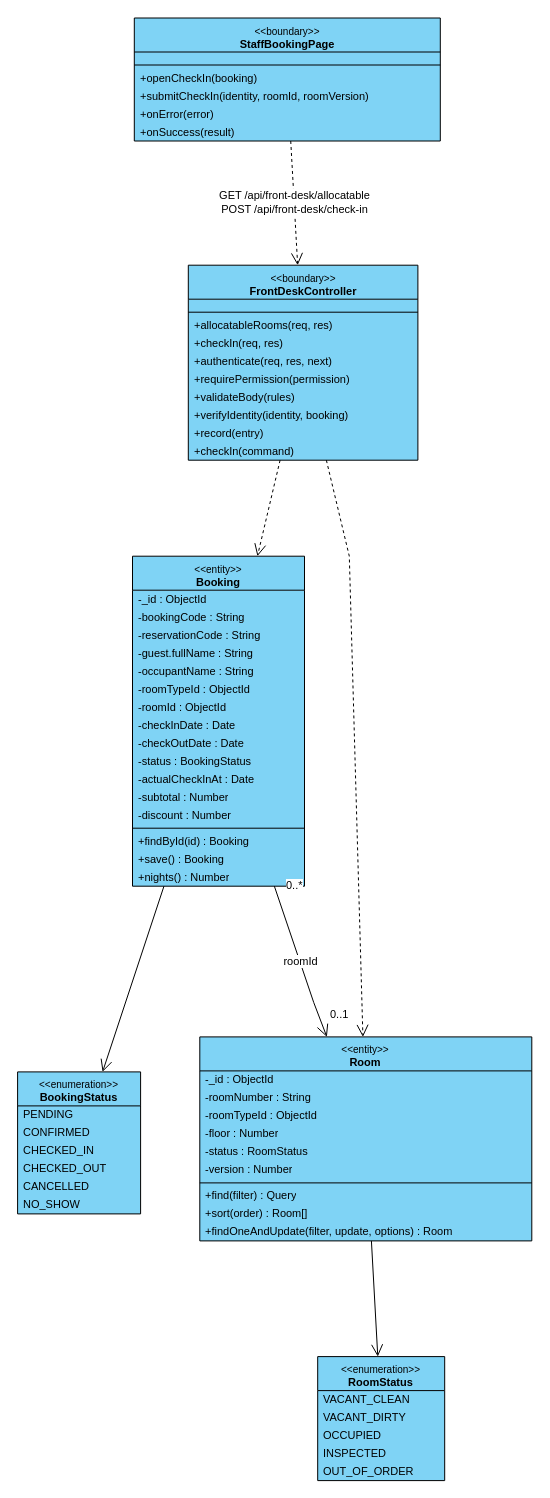
Earlier version of the draw.io diagram final/diagrams/M5_Front-Desk-And-HR_Diagrams/class_diagrams/CD-17_UC-R06_CheckInGuest.drawio (toikobi401/SWD392). Source tidied: cells renumbered, new cells numbered last; positions are measured from the earlier drawing's top-left corner, leaving out a move shared by most shapes. Both pictures are drawn from the tidied source at 100%, with x=0, y=0 at pixel (17, 17).
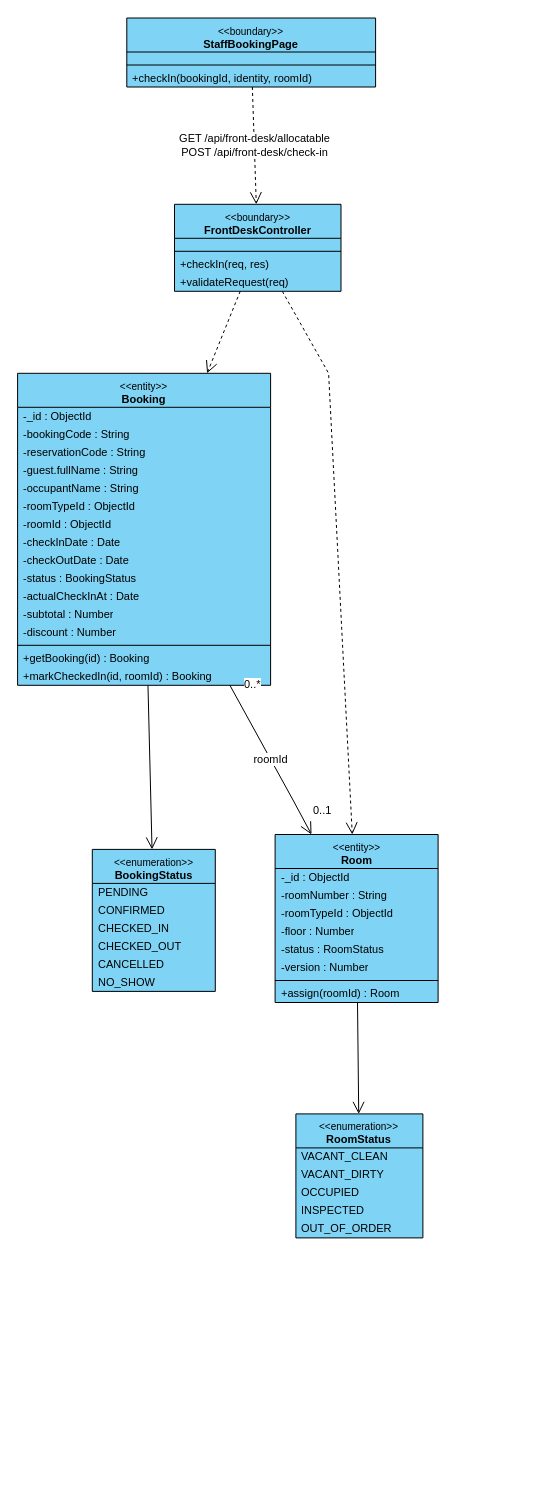
The same page after the edit.

Change to the diagram source:
```diff
@@
     <mxCell id="2" value="&lt;font style=&quot;font-size:10px&quot;&gt;&amp;lt;&amp;lt;boundary&amp;gt;&amp;gt;&lt;/font&gt;&lt;br&gt;&lt;b&gt;StaffBookingPage&lt;/b&gt;" style="swimlane;fontStyle=0;align=center;verticalAlign=top;horizontal=1;startSize=34;html=1;whiteSpace=wrap;fontSize=11;fillColor=#7fd3f5;swimlaneFillColor=#7fd3f5;strokeColor=#000000;" parent="1" vertex="1">
-      <mxGeometry x="116.8" y="0.5" width="306" height="123" as="geometry" />
+      <mxGeometry x="109.3" y="0.5" width="248.8" height="69" as="geometry" />
     </mxCell>
     <mxCell id="3" style="text;strokeColor=none;fillColor=none;html=1;" parent="2" vertex="1">
-      <mxGeometry y="34" width="306" height="9" as="geometry" />
+      <mxGeometry y="34" width="248.8" height="9" as="geometry" />
     </mxCell>
     <mxCell id="4" style="line;strokeWidth=1;fillColor=none;align=left;verticalAlign=middle;spacingTop=-1;spacingLeft=3;spacingRight=3;labelPosition=right;strokeColor=#000000;" parent="2" vertex="1">
-      <mxGeometry y="43" width="306" height="8" as="geometry" />
+      <mxGeometry y="43" width="248.8" height="8" as="geometry" />
     </mxCell>
-    <mxCell id="5" value="+openCheckIn(booking)" style="text;strokeColor=none;fillColor=none;align=left;verticalAlign=middle;spacingLeft=4;spacingRight=4;overflow=hidden;whiteSpace=nowrap;html=1;fontSize=11;" parent="2" vertex="1">
-      <mxGeometry y="51" width="306" height="18" as="geometry" />
+    <mxCell id="5" value="+checkIn(bookingId, identity, roomId)" style="text;strokeColor=none;fillColor=none;align=left;verticalAlign=middle;spacingLeft=4;spacingRight=4;overflow=hidden;whiteSpace=nowrap;html=1;fontSize=11;" parent="2" vertex="1">
+      <mxGeometry y="51" width="248.8" height="18" as="geometry" />
     </mxCell>
-    <mxCell id="6" value="+submitCheckIn(identity, roomId, roomVersion)" style="text;strokeColor=none;fillColor=none;align=left;verticalAlign=middle;spacingLeft=4;spacingRight=4;overflow=hidden;whiteSpace=nowrap;html=1;fontSize=11;" parent="2" vertex="1">
-      <mxGeometry y="69" width="306" height="18" as="geometry" />
-    </mxCell>
-    <mxCell id="7" value="+onError(error)" style="text;strokeColor=none;fillColor=none;align=left;verticalAlign=middle;spacingLeft=4;spacingRight=4;overflow=hidden;whiteSpace=nowrap;html=1;fontSize=11;" parent="2" vertex="1">
-      <mxGeometry y="87" width="306" height="18" as="geometry" />
-    </mxCell>
-    <mxCell id="8" value="+onSuccess(result)" style="text;strokeColor=none;fillColor=none;align=left;verticalAlign=middle;spacingLeft=4;spacingRight=4;overflow=hidden;whiteSpace=nowrap;html=1;fontSize=11;" parent="2" vertex="1">
-      <mxGeometry y="105" width="306" height="18" as="geometry" />
-    </mxCell>
     <mxCell id="9" value="&lt;font style=&quot;font-size:10px&quot;&gt;&amp;lt;&amp;lt;boundary&amp;gt;&amp;gt;&lt;/font&gt;&lt;br&gt;&lt;b&gt;FrontDeskController&lt;/b&gt;" style="swimlane;fontStyle=0;align=center;verticalAlign=top;horizontal=1;startSize=34;html=1;whiteSpace=wrap;fontSize=11;fillColor=#7fd3f5;swimlaneFillColor=#7fd3f5;strokeColor=#000000;" parent="1" vertex="1">
-      <mxGeometry x="170.8" y="247.7" width="229.6" height="195" as="geometry" />
+      <mxGeometry x="157" y="186.8" width="166.5" height="87" as="geometry" />
     </mxCell>
     <mxCell id="10" style="text;strokeColor=none;fillColor=none;html=1;" parent="9" vertex="1">
-      <mxGeometry y="34" width="229.6" height="9" as="geometry" />
+      <mxGeometry y="34" width="166.5" height="9" as="geometry" />
     </mxCell>
     <mxCell id="11" style="line;strokeWidth=1;fillColor=none;align=left;verticalAlign=middle;spacingTop=-1;spacingLeft=3;spacingRight=3;labelPosition=right;strokeColor=#000000;" parent="9" vertex="1">
-      <mxGeometry y="43" width="229.6" height="8" as="geometry" />
+      <mxGeometry y="43" width="166.5" height="8" as="geometry" />
     </mxCell>
-    <mxCell id="12" value="+allocatableRooms(req, res)" style="text;strokeColor=none;fillColor=none;align=left;verticalAlign=middle;spacingLeft=4;spacingRight=4;overflow=hidden;whiteSpace=nowrap;html=1;fontSize=11;" parent="9" vertex="1">
-      <mxGeometry y="51" width="229.6" height="18" as="geometry" />
+    <mxCell id="12" value="+checkIn(req, res)" style="text;strokeColor=none;fillColor=none;align=left;verticalAlign=middle;spacingLeft=4;spacingRight=4;overflow=hidden;whiteSpace=nowrap;html=1;fontSize=11;" parent="9" vertex="1">
+      <mxGeometry y="51" width="166.5" height="18" as="geometry" />
     </mxCell>
-    <mxCell id="13" value="+checkIn(req, res)" style="text;strokeColor=none;fillColor=none;align=left;verticalAlign=middle;spacingLeft=4;spacingRight=4;overflow=hidden;whiteSpace=nowrap;html=1;fontSize=11;" parent="9" vertex="1">
-      <mxGeometry y="69" width="229.6" height="18" as="geometry" />
+    <mxCell id="13" value="+validateRequest(req)" style="text;strokeColor=none;fillColor=none;align=left;verticalAlign=middle;spacingLeft=4;spacingRight=4;overflow=hidden;whiteSpace=nowrap;html=1;fontSize=11;" parent="9" vertex="1">
+      <mxGeometry y="69" width="166.5" height="18" as="geometry" />
     </mxCell>
-    <mxCell id="14" value="+authenticate(req, res, next)" style="text;strokeColor=none;fillColor=none;align=left;verticalAlign=middle;spacingLeft=4;spacingRight=4;overflow=hidden;whiteSpace=nowrap;html=1;fontSize=11;" parent="9" vertex="1">
-      <mxGeometry y="87" width="229.6" height="18" as="geometry" />
-    </mxCell>
-    <mxCell id="15" value="+requirePermission(permission)" style="text;strokeColor=none;fillColor=none;align=left;verticalAlign=middle;spacingLeft=4;spacingRight=4;overflow=hidden;whiteSpace=nowrap;html=1;fontSize=11;" parent="9" vertex="1">
-      <mxGeometry y="105" width="229.6" height="18" as="geometry" />
-    </mxCell>
-    <mxCell id="16" value="+validateBody(rules)" style="text;strokeColor=none;fillColor=none;align=left;verticalAlign=middle;spacingLeft=4;spacingRight=4;overflow=hidden;whiteSpace=nowrap;html=1;fontSize=11;" parent="9" vertex="1">
-      <mxGeometry y="123" width="229.6" height="18" as="geometry" />
-    </mxCell>
-    <mxCell id="17" value="+verifyIdentity(identity, booking)" style="text;strokeColor=none;fillColor=none;align=left;verticalAlign=middle;spacingLeft=4;spacingRight=4;overflow=hidden;whiteSpace=nowrap;html=1;fontSize=11;" parent="9" vertex="1">
-      <mxGeometry y="141" width="229.6" height="18" as="geometry" />
-    </mxCell>
-    <mxCell id="18" value="+record(entry)" style="text;strokeColor=none;fillColor=none;align=left;verticalAlign=middle;spacingLeft=4;spacingRight=4;overflow=hidden;whiteSpace=nowrap;html=1;fontSize=11;" parent="9" vertex="1">
-      <mxGeometry y="159" width="229.6" height="18" as="geometry" />
-    </mxCell>
-    <mxCell id="19" value="+checkIn(command)" style="text;strokeColor=none;fillColor=none;align=left;verticalAlign=middle;spacingLeft=4;spacingRight=4;overflow=hidden;whiteSpace=nowrap;html=1;fontSize=11;" parent="9" vertex="1">
-      <mxGeometry y="177" width="229.6" height="18" as="geometry" />
-    </mxCell>
     <mxCell id="20" value="&lt;font style=&quot;font-size:10px&quot;&gt;&amp;lt;&amp;lt;entity&amp;gt;&amp;gt;&lt;/font&gt;&lt;br&gt;&lt;b&gt;Booking&lt;/b&gt;" style="swimlane;fontStyle=0;align=center;verticalAlign=top;horizontal=1;startSize=34;html=1;whiteSpace=wrap;fontSize=11;fillColor=#7fd3f5;swimlaneFillColor=#7fd3f5;strokeColor=#000000;" parent="1" vertex="1">
-      <mxGeometry x="115" y="538.7" width="172" height="330" as="geometry" />
+      <mxGeometry x="0.1" y="355.8" width="253" height="312" as="geometry" />
     </mxCell>
     <mxCell id="21" value="-_id : ObjectId" style="text;strokeColor=none;fillColor=none;align=left;verticalAlign=middle;spacingLeft=4;spacingRight=4;overflow=hidden;whiteSpace=nowrap;html=1;fontSize=11;" parent="20" vertex="1">
-      <mxGeometry y="34" width="172" height="18" as="geometry" />
+      <mxGeometry y="34" width="253" height="18" as="geometry" />
     </mxCell>
     <mxCell id="22" value="-bookingCode : String" style="text;strokeColor=none;fillColor=none;align=left;verticalAlign=middle;spacingLeft=4;spacingRight=4;overflow=hidden;whiteSpace=nowrap;html=1;fontSize=11;" parent="20" vertex="1">
-      <mxGeometry y="52" width="172" height="18" as="geometry" />
+      <mxGeometry y="52" width="253" height="18" as="geometry" />
     </mxCell>
     <mxCell id="23" value="-reservationCode : String" style="text;strokeColor=none;fillColor=none;align=left;verticalAlign=middle;spacingLeft=4;spacingRight=4;overflow=hidden;whiteSpace=nowrap;html=1;fontSize=11;" parent="20" vertex="1">
-      <mxGeometry y="70" width="172" height="18" as="geometry" />
+      <mxGeometry y="70" width="253" height="18" as="geometry" />
     </mxCell>
     <mxCell id="24" value="-guest.fullName : String" style="text;strokeColor=none;fillColor=none;align=left;verticalAlign=middle;spacingLeft=4;spacingRight=4;overflow=hidden;whiteSpace=nowrap;html=1;fontSize=11;" parent="20" vertex="1">
-      <mxGeometry y="88" width="172" height="18" as="geometry" />
+      <mxGeometry y="88" width="253" height="18" as="geometry" />
     </mxCell>
     <mxCell id="25" value="-occupantName : String" style="text;strokeColor=none;fillColor=none;align=left;verticalAlign=middle;spacingLeft=4;spacingRight=4;overflow=hidden;whiteSpace=nowrap;html=1;fontSize=11;" parent="20" vertex="1">
-      <mxGeometry y="106" width="172" height="18" as="geometry" />
+      <mxGeometry y="106" width="253" height="18" as="geometry" />
     </mxCell>
     <mxCell id="26" value="-roomTypeId : ObjectId" style="text;strokeColor=none;fillColor=none;align=left;verticalAlign=middle;spacingLeft=4;spacingRight=4;overflow=hidden;whiteSpace=nowrap;html=1;fontSize=11;" parent="20" vertex="1">
-      <mxGeometry y="124" width="172" height="18" as="geometry" />
+      <mxGeometry y="124" width="253" height="18" as="geometry" />
     </mxCell>
     <mxCell id="27" value="-roomId : ObjectId" style="text;strokeColor=none;fillColor=none;align=left;verticalAlign=middle;spacingLeft=4;spacingRight=4;overflow=hidden;whiteSpace=nowrap;html=1;fontSize=11;" parent="20" vertex="1">
-      <mxGeometry y="142" width="172" height="18" as="geometry" />
+      <mxGeometry y="142" width="253" height="18" as="geometry" />
     </mxCell>
     <mxCell id="28" value="-checkInDate : Date" style="text;strokeColor=none;fillColor=none;align=left;verticalAlign=middle;spacingLeft=4;spacingRight=4;overflow=hidden;whiteSpace=nowrap;html=1;fontSize=11;" parent="20" vertex="1">
-      <mxGeometry y="160" width="172" height="18" as="geometry" />
+      <mxGeometry y="160" width="253" height="18" as="geometry" />
     </mxCell>
     <mxCell id="29" value="-checkOutDate : Date" style="text;strokeColor=none;fillColor=none;align=left;verticalAlign=middle;spacingLeft=4;spacingRight=4;overflow=hidden;whiteSpace=nowrap;html=1;fontSize=11;" parent="20" vertex="1">
-      <mxGeometry y="178" width="172" height="18" as="geometry" />
+      <mxGeometry y="178" width="253" height="18" as="geometry" />
     </mxCell>
     <mxCell id="30" value="-status : BookingStatus" style="text;strokeColor=none;fillColor=none;align=left;verticalAlign=middle;spacingLeft=4;spacingRight=4;overflow=hidden;whiteSpace=nowrap;html=1;fontSize=11;" parent="20" vertex="1">
-      <mxGeometry y="196" width="172" height="18" as="geometry" />
+      <mxGeometry y="196" width="253" height="18" as="geometry" />
     </mxCell>
     <mxCell id="31" value="-actualCheckInAt : Date" style="text;strokeColor=none;fillColor=none;align=left;verticalAlign=middle;spacingLeft=4;spacingRight=4;overflow=hidden;whiteSpace=nowrap;html=1;fontSize=11;" parent="20" vertex="1">
-      <mxGeometry y="214" width="172" height="18" as="geometry" />
+      <mxGeometry y="214" width="253" height="18" as="geometry" />
     </mxCell>
     <mxCell id="32" value="-subtotal : Number" style="text;strokeColor=none;fillColor=none;align=left;verticalAlign=middle;spacingLeft=4;spacingRight=4;overflow=hidden;whiteSpace=nowrap;html=1;fontSize=11;" parent="20" vertex="1">
-      <mxGeometry y="232" width="172" height="18" as="geometry" />
+      <mxGeometry y="232" width="253" height="18" as="geometry" />
     </mxCell>
     <mxCell id="33" value="-discount : Number" style="text;strokeColor=none;fillColor=none;align=left;verticalAlign=middle;spacingLeft=4;spacingRight=4;overflow=hidden;whiteSpace=nowrap;html=1;fontSize=11;" parent="20" vertex="1">
-      <mxGeometry y="250" width="172" height="18" as="geometry" />
+      <mxGeometry y="250" width="253" height="18" as="geometry" />
     </mxCell>
     <mxCell id="34" style="line;strokeWidth=1;fillColor=none;align=left;verticalAlign=middle;spacingTop=-1;spacingLeft=3;spacingRight=3;labelPosition=right;strokeColor=#000000;" parent="20" vertex="1">
-      <mxGeometry y="268" width="172" height="8" as="geometry" />
+      <mxGeometry y="268" width="253" height="8" as="geometry" />
     </mxCell>
-    <mxCell id="35" value="+findById(id) : Booking" style="text;strokeColor=none;fillColor=none;align=left;verticalAlign=middle;spacingLeft=4;spacingRight=4;overflow=hidden;whiteSpace=nowrap;html=1;fontSize=11;" parent="20" vertex="1">
-      <mxGeometry y="276" width="172" height="18" as="geometry" />
+    <mxCell id="35" value="+getBooking(id) : Booking" style="text;strokeColor=none;fillColor=none;align=left;verticalAlign=middle;spacingLeft=4;spacingRight=4;overflow=hidden;whiteSpace=nowrap;html=1;fontSize=11;" parent="20" vertex="1">
+      <mxGeometry y="276" width="253" height="18" as="geometry" />
     </mxCell>
-    <mxCell id="36" value="+save() : Booking" style="text;strokeColor=none;fillColor=none;align=left;verticalAlign=middle;spacingLeft=4;spacingRight=4;overflow=hidden;whiteSpace=nowrap;html=1;fontSize=11;" parent="20" vertex="1">
-      <mxGeometry y="294" width="172" height="18" as="geometry" />
+    <mxCell id="36" value="+markCheckedIn(id, roomId) : Booking" style="text;strokeColor=none;fillColor=none;align=left;verticalAlign=middle;spacingLeft=4;spacingRight=4;overflow=hidden;whiteSpace=nowrap;html=1;fontSize=11;" parent="20" vertex="1">
+      <mxGeometry y="294" width="253" height="18" as="geometry" />
     </mxCell>
-    <mxCell id="37" value="+nights() : Number" style="text;strokeColor=none;fillColor=none;align=left;verticalAlign=middle;spacingLeft=4;spacingRight=4;overflow=hidden;whiteSpace=nowrap;html=1;fontSize=11;" parent="20" vertex="1">
-      <mxGeometry y="312" width="172" height="18" as="geometry" />
-    </mxCell>
     <mxCell id="38" value="&lt;font style=&quot;font-size:10px&quot;&gt;&amp;lt;&amp;lt;entity&amp;gt;&amp;gt;&lt;/font&gt;&lt;br&gt;&lt;b&gt;Room&lt;/b&gt;" style="swimlane;fontStyle=0;align=center;verticalAlign=top;horizontal=1;startSize=34;html=1;whiteSpace=wrap;fontSize=11;fillColor=#7fd3f5;swimlaneFillColor=#7fd3f5;strokeColor=#000000;" parent="1" vertex="1">
-      <mxGeometry x="182.3" y="1019.4" width="332" height="204" as="geometry" />
+      <mxGeometry x="257.6" y="817" width="163" height="168" as="geometry" />
     </mxCell>
     <mxCell id="39" value="-_id : ObjectId" style="text;strokeColor=none;fillColor=none;align=left;verticalAlign=middle;spacingLeft=4;spacingRight=4;overflow=hidden;whiteSpace=nowrap;html=1;fontSize=11;" parent="38" vertex="1">
-      <mxGeometry y="34" width="332" height="18" as="geometry" />
+      <mxGeometry y="34" width="163" height="18" as="geometry" />
     </mxCell>
     <mxCell id="40" value="-roomNumber : String" style="text;strokeColor=none;fillColor=none;align=left;verticalAlign=middle;spacingLeft=4;spacingRight=4;overflow=hidden;whiteSpace=nowrap;html=1;fontSize=11;" parent="38" vertex="1">
-      <mxGeometry y="52" width="332" height="18" as="geometry" />
+      <mxGeometry y="52" width="163" height="18" as="geometry" />
     </mxCell>
     <mxCell id="41" value="-roomTypeId : ObjectId" style="text;strokeColor=none;fillColor=none;align=left;verticalAlign=middle;spacingLeft=4;spacingRight=4;overflow=hidden;whiteSpace=nowrap;html=1;fontSize=11;" parent="38" vertex="1">
-      <mxGeometry y="70" width="332" height="18" as="geometry" />
+      <mxGeometry y="70" width="163" height="18" as="geometry" />
     </mxCell>
     <mxCell id="42" value="-floor : Number" style="text;strokeColor=none;fillColor=none;align=left;verticalAlign=middle;spacingLeft=4;spacingRight=4;overflow=hidden;whiteSpace=nowrap;html=1;fontSize=11;" parent="38" vertex="1">
-      <mxGeometry y="88" width="332" height="18" as="geometry" />
+      <mxGeometry y="88" width="163" height="18" as="geometry" />
     </mxCell>
     <mxCell id="43" value="-status : RoomStatus" style="text;strokeColor=none;fillColor=none;align=left;verticalAlign=middle;spacingLeft=4;spacingRight=4;overflow=hidden;whiteSpace=nowrap;html=1;fontSize=11;" parent="38" vertex="1">
-      <mxGeometry y="106" width="332" height="18" as="geometry" />
+      <mxGeometry y="106" width="163" height="18" as="geometry" />
     </mxCell>
     <mxCell id="44" value="-version : Number" style="text;strokeColor=none;fillColor=none;align=left;verticalAlign=middle;spacingLeft=4;spacingRight=4;overflow=hidden;whiteSpace=nowrap;html=1;fontSize=11;" parent="38" vertex="1">
-      <mxGeometry y="124" width="332" height="18" as="geometry" />
+      <mxGeometry y="124" width="163" height="18" as="geometry" />
     </mxCell>
     <mxCell id="45" style="line;strokeWidth=1;fillColor=none;align=left;verticalAlign=middle;spacingTop=-1;spacingLeft=3;spacingRight=3;labelPosition=right;strokeColor=#000000;" parent="38" vertex="1">
-      <mxGeometry y="142" width="332" height="8" as="geometry" />
+      <mxGeometry y="142" width="163" height="8" as="geometry" />
     </mxCell>
-    <mxCell id="46" value="+find(filter) : Query" style="text;strokeColor=none;fillColor=none;align=left;verticalAlign=middle;spacingLeft=4;spacingRight=4;overflow=hidden;whiteSpace=nowrap;html=1;fontSize=11;" parent="38" vertex="1">
-      <mxGeometry y="150" width="332" height="18" as="geometry" />
+    <mxCell id="46" value="+assign(roomId) : Room" style="text;strokeColor=none;fillColor=none;align=left;verticalAlign=middle;spacingLeft=4;spacingRight=4;overflow=hidden;whiteSpace=nowrap;html=1;fontSize=11;" parent="38" vertex="1">
+      <mxGeometry y="150" width="163" height="18" as="geometry" />
     </mxCell>
-    <mxCell id="47" value="+sort(order) : Room[]" style="text;strokeColor=none;fillColor=none;align=left;verticalAlign=middle;spacingLeft=4;spacingRight=4;overflow=hidden;whiteSpace=nowrap;html=1;fontSize=11;" parent="38" vertex="1">
-      <mxGeometry y="168" width="332" height="18" as="geometry" />
-    </mxCell>
-    <mxCell id="48" value="+findOneAndUpdate(filter, update, options) : Room" style="text;strokeColor=none;fillColor=none;align=left;verticalAlign=middle;spacingLeft=4;spacingRight=4;overflow=hidden;whiteSpace=nowrap;html=1;fontSize=11;" parent="38" vertex="1">
-      <mxGeometry y="186" width="332" height="18" as="geometry" />
-    </mxCell>
     <mxCell id="49" value="&lt;font style=&quot;font-size:10px&quot;&gt;&amp;lt;&amp;lt;enumeration&amp;gt;&amp;gt;&lt;/font&gt;&lt;br&gt;&lt;b&gt;BookingStatus&lt;/b&gt;" style="swimlane;fontStyle=0;align=center;verticalAlign=top;horizontal=1;startSize=34;html=1;whiteSpace=wrap;fontSize=11;fillColor=#7fd3f5;swimlaneFillColor=#7fd3f5;strokeColor=#000000;" parent="1" vertex="1">
-      <mxGeometry x="0.1" y="1054.4" width="123" height="142" as="geometry" />
+      <mxGeometry x="74.8" y="831.9" width="123" height="142" as="geometry" />
     </mxCell>
@@
     <mxCell id="56" value="&lt;font style=&quot;font-size:10px&quot;&gt;&amp;lt;&amp;lt;enumeration&amp;gt;&amp;gt;&lt;/font&gt;&lt;br&gt;&lt;b&gt;RoomStatus&lt;/b&gt;" style="swimlane;fontStyle=0;align=center;verticalAlign=top;horizontal=1;startSize=34;html=1;whiteSpace=wrap;fontSize=11;fillColor=#7fd3f5;swimlaneFillColor=#7fd3f5;strokeColor=#000000;" parent="1" vertex="1">
-      <mxGeometry x="300.2" y="1339.1" width="127" height="124" as="geometry" />
+      <mxGeometry x="278.4" y="1096.4" width="127" height="124" as="geometry" />
     </mxCell>
@@
     <mxCell id="64" style="html=1;rounded=0;fontSize=11;labelBackgroundColor=#ffffff;dashed=1;endArrow=open;endSize=10;" parent="1" edge="1" source="9" target="38">
       <mxGeometry relative="1" as="geometry">
         <Array as="points">
-          <mxPoint x="331.8" y="538.7" />
+          <mxPoint x="311.1" y="355.8" />
         </Array>
       </mxGeometry>
     </mxCell>
     <mxCell id="65" value="roomId" style="html=1;rounded=0;fontSize=11;labelBackgroundColor=#ffffff;endArrow=open;endSize=10;" parent="1" edge="1" source="20" target="38">
       <mxGeometry relative="1" as="geometry">
         <Array as="points">
-          <mxPoint x="296.2" y="984.9" />
+          <mxPoint x="275.5" y="782.5" />
         </Array>
       </mxGeometry>
     </mxCell>
```
